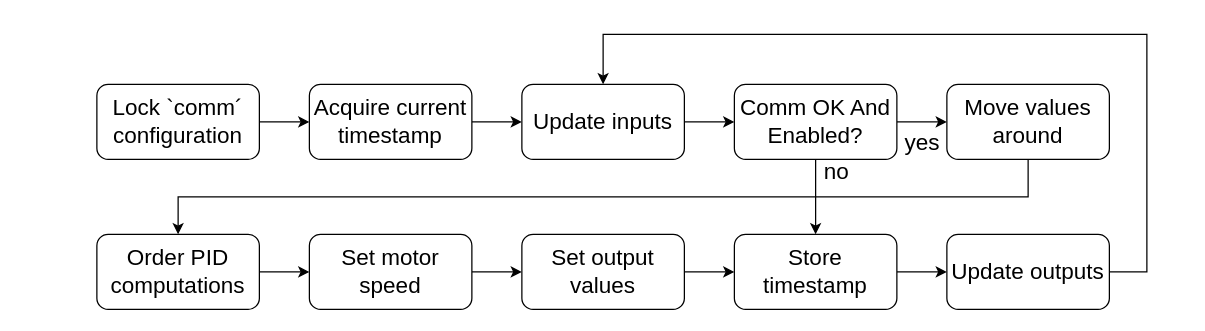
Earlier version of the draw.io diagram docs/control-module-steps.drawio (simaoamorim/master-thesis). Source tidied: cells renumbered, new cells numbered last; positions are measured from the earlier drawing's top-left corner, leaving out a move shared by most shapes. Both pictures are drawn from the tidied source at 125%, with x=0, y=0 at pixel (96, 34).
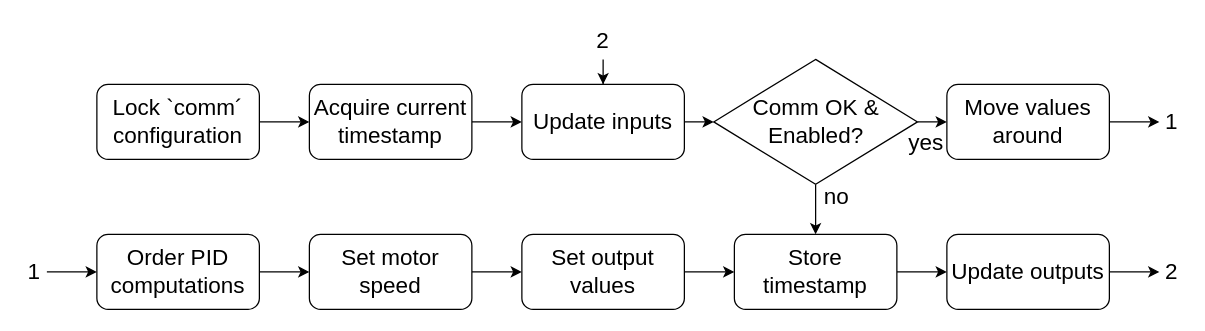
After the change.

Commit message (it also covers changes not shown here):
Fix control module flowchart

Unchanged cells that the change refers to:
```xml
<mxCell id="7" value="Update inputs" style="rounded=1;whiteSpace=wrap;html=1;fontSize=18;" parent="1" vertex="1">
  <mxGeometry x="340" y="40" width="130" height="60" as="geometry" />
</mxCell>
<mxCell id="12" value="&lt;div&gt;Move values around&lt;/div&gt;" style="rounded=1;whiteSpace=wrap;html=1;fontSize=18;" parent="1" vertex="1">
  <mxGeometry x="680" y="40" width="130" height="60" as="geometry" />
</mxCell>
<mxCell id="14" value="Order PID computations" style="rounded=1;whiteSpace=wrap;html=1;fontSize=18;" parent="1" vertex="1">
  <mxGeometry y="160" width="130" height="60" as="geometry" />
</mxCell>
<mxCell id="20" value="Store timestamp" style="rounded=1;whiteSpace=wrap;html=1;fontSize=18;" parent="1" vertex="1">
  <mxGeometry x="510" y="160" width="130" height="60" as="geometry" />
</mxCell>
<mxCell id="22" value="Update outputs" style="rounded=1;whiteSpace=wrap;html=1;fontSize=18;" parent="1" vertex="1">
  <mxGeometry x="680" y="160" width="130" height="60" as="geometry" />
</mxCell>
```

Change to the diagram source:
```diff
@@
-    <mxCell id="6" style="edgeStyle=orthogonalEdgeStyle;rounded=0;jettySize=auto;html=1;fontSize=18;" parent="1" edge="1" source="7" target="10">
+    <mxCell id="6" style="edgeStyle=orthogonalEdgeStyle;rounded=0;jettySize=auto;html=1;fontSize=18;entryX=0;entryY=0.5;entryDx=0;entryDy=0;" parent="1" edge="1" source="7" target="25">
       <mxGeometry relative="1" as="geometry" />
     </mxCell>
@@
-    <mxCell id="8" value="&lt;div&gt;yes&lt;/div&gt;" style="edgeStyle=orthogonalEdgeStyle;rounded=0;jettySize=auto;html=1;fontSize=18;verticalAlign=top;spacing=2;" parent="1" edge="1" source="10" target="12">
-      <mxGeometry relative="1" as="geometry" />
+    <mxCell id="8" value="&lt;div&gt;yes&lt;/div&gt;" style="edgeStyle=orthogonalEdgeStyle;rounded=0;jettySize=auto;html=1;fontSize=18;verticalAlign=top;spacing=2;exitX=1;exitY=0.5;exitDx=0;exitDy=0;" parent="1" edge="1" source="25" target="12">
+      <mxGeometry x="0.37" relative="1" as="geometry" />
     </mxCell>
-    <mxCell id="9" value="no" style="edgeStyle=orthogonalEdgeStyle;rounded=0;jettySize=auto;html=1;fontSize=18;align=left;" parent="1" edge="1" source="10" target="20">
-      <mxGeometry x="-0.67" y="5" relative="1" as="geometry" />
+    <mxCell id="9" value="no" style="edgeStyle=orthogonalEdgeStyle;rounded=0;jettySize=auto;html=1;fontSize=18;align=left;exitX=0.5;exitY=1;exitDx=0;exitDy=0;" parent="1" edge="1" source="25" target="20">
+      <mxGeometry x="-0.5" y="5" relative="1" as="geometry" />
     </mxCell>
-    <mxCell id="10" value="Comm OK And Enabled?" style="rounded=1;whiteSpace=wrap;html=1;fontSize=18;" parent="1" vertex="1">
-      <mxGeometry x="510" y="40" width="130" height="60" as="geometry" />
-    </mxCell>
-    <mxCell id="11" style="edgeStyle=orthogonalEdgeStyle;rounded=0;jettySize=auto;html=1;fontSize=18;" parent="1" edge="1" source="12" target="14">
-      <mxGeometry relative="1" as="geometry">
-        <Array as="points">
-          <mxPoint x="745" y="130" />
-          <mxPoint x="65" y="130" />
-        </Array>
-      </mxGeometry>
-    </mxCell>
+    <mxCell id="23" style="edgeStyle=orthogonalEdgeStyle;rounded=0;jettySize=auto;html=1;fontSize=18;entryX=0;entryY=0.5;entryDx=0;entryDy=0;" parent="1" edge="1" source="12" target="26">
+      <mxGeometry relative="1" as="geometry" />
+    </mxCell>
@@
-    <mxCell id="21" style="edgeStyle=orthogonalEdgeStyle;rounded=0;jettySize=auto;html=1;fontSize=18;" parent="1" edge="1" source="22" target="7">
-      <mxGeometry relative="1" as="geometry">
-        <Array as="points">
-          <mxPoint x="840" y="190" />
-          <mxPoint x="840" />
-          <mxPoint x="405" />
-        </Array>
-      </mxGeometry>
-    </mxCell>
+    <mxCell id="24" style="edgeStyle=orthogonalEdgeStyle;rounded=0;jettySize=auto;html=1;fontSize=18;entryX=0;entryY=0.5;entryDx=0;entryDy=0;" parent="1" edge="1" source="22" target="31">
+      <mxGeometry relative="1" as="geometry" />
+    </mxCell>
@@
+    <mxCell id="25" value="&lt;div style=&quot;font-size: 18px&quot;&gt;Comm OK &amp;amp; Enabled?&lt;/div&gt;" style="rhombus;whiteSpace=wrap;html=1;fontSize=18;" parent="1" vertex="1">
+      <mxGeometry x="493.5" y="20" width="163" height="100" as="geometry" />
+    </mxCell>
+    <mxCell id="26" value="1" style="text;html=1;strokeColor=none;fillColor=none;align=center;verticalAlign=middle;whiteSpace=wrap;rounded=0;fontSize=18;" parent="1" vertex="1">
+      <mxGeometry x="850" y="55" width="20" height="30" as="geometry" />
+    </mxCell>
+    <mxCell id="27" style="edgeStyle=orthogonalEdgeStyle;rounded=0;jettySize=auto;html=1;fontSize=18;" parent="1" edge="1" source="28" target="14">
+      <mxGeometry relative="1" as="geometry" />
+    </mxCell>
+    <mxCell id="28" value="1" style="text;html=1;strokeColor=none;fillColor=none;align=center;verticalAlign=middle;whiteSpace=wrap;rounded=0;fontSize=18;" parent="1" vertex="1">
+      <mxGeometry x="-60" y="175" width="20" height="30" as="geometry" />
+    </mxCell>
+    <mxCell id="29" style="edgeStyle=orthogonalEdgeStyle;rounded=0;jettySize=auto;html=1;fontSize=18;" parent="1" edge="1" source="30" target="7">
+      <mxGeometry relative="1" as="geometry" />
+    </mxCell>
+    <mxCell id="30" value="2" style="text;html=1;strokeColor=none;fillColor=none;align=center;verticalAlign=middle;whiteSpace=wrap;rounded=0;fontSize=18;" parent="1" vertex="1">
+      <mxGeometry x="375" y="-10" width="60" height="30" as="geometry" />
+    </mxCell>
+    <mxCell id="31" value="2" style="text;html=1;strokeColor=none;fillColor=none;align=center;verticalAlign=middle;whiteSpace=wrap;rounded=0;fontSize=18;" parent="1" vertex="1">
+      <mxGeometry x="850" y="175" width="20" height="30" as="geometry" />
+    </mxCell>
```
